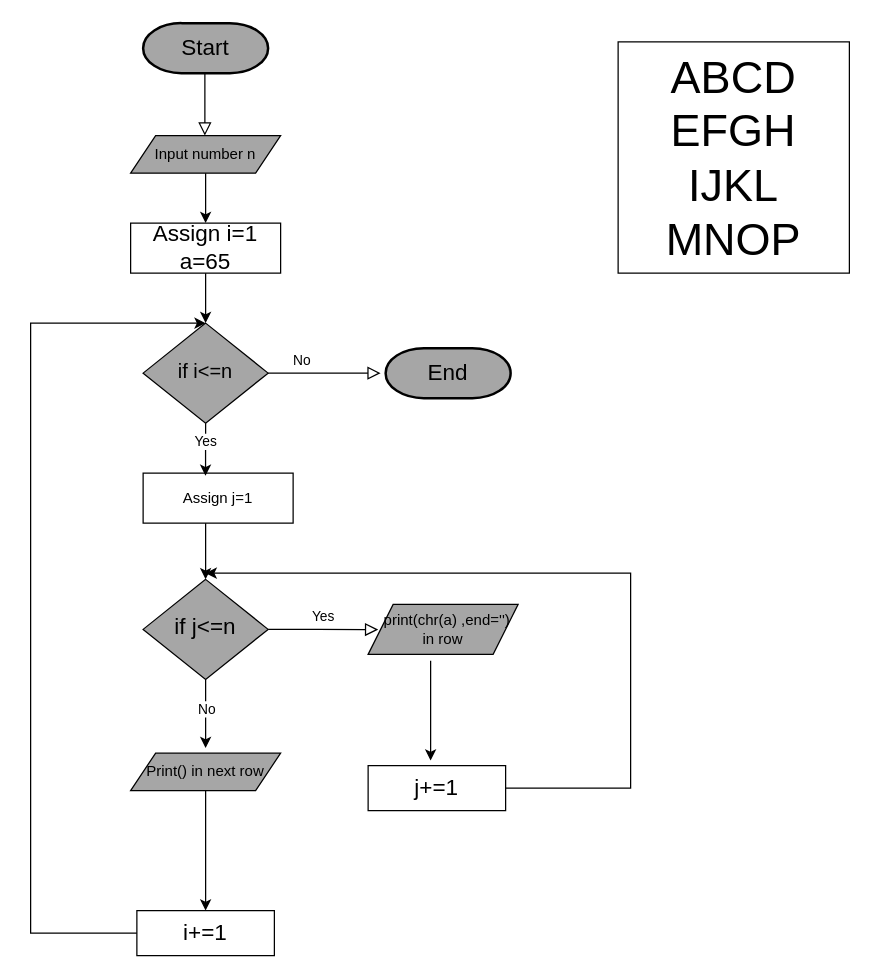
The draw.io diagram Untitled Diagram.drawio in Aditya-swaroop-11/aditya, before the edit. Source tidied: cells renumbered, new cells numbered last; positions are measured from the earlier drawing's top-left corner, leaving out a move shared by most shapes. Both pictures are drawn from the tidied source at 125%, with x=0, y=0 at pixel (30, 22).
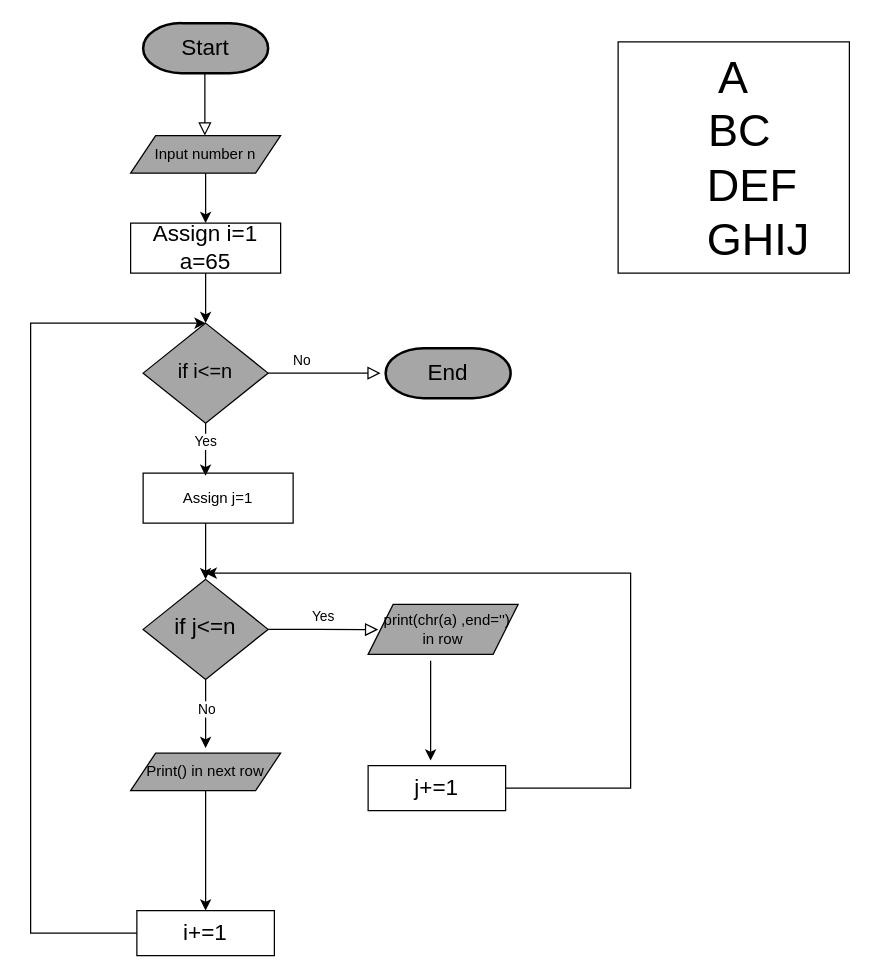
The same diagram, later.

Change to the diagram source:
```diff
@@
-    <mxCell id="27" value="&lt;span style=&quot;font-size: 36px;&quot;&gt;ABCD&lt;/span&gt;&lt;div&gt;&lt;span style=&quot;font-size: 36px;&quot;&gt;EFGH&lt;/span&gt;&lt;/div&gt;&lt;div&gt;&lt;span style=&quot;font-size: 36px;&quot;&gt;IJKL&lt;/span&gt;&lt;/div&gt;&lt;div&gt;&lt;span style=&quot;font-size: 36px;&quot;&gt;MNOP&lt;/span&gt;&lt;/div&gt;" style="whiteSpace=wrap;html=1;" parent="1" vertex="1">
+    <mxCell id="27" value="&lt;span style=&quot;font-size: 36px;&quot;&gt;A&lt;/span&gt;&lt;div&gt;&lt;span style=&quot;font-size: 36px;&quot;&gt;&amp;nbsp;BC&lt;/span&gt;&lt;/div&gt;&lt;div&gt;&lt;span style=&quot;font-size: 36px;&quot;&gt;&amp;nbsp; &amp;nbsp;DEF&lt;/span&gt;&lt;/div&gt;&lt;div&gt;&lt;span style=&quot;font-size: 36px;&quot;&gt;&amp;nbsp; &amp;nbsp; GHIJ&lt;/span&gt;&lt;/div&gt;" style="whiteSpace=wrap;html=1;" parent="1" vertex="1">
       <mxGeometry x="470" y="15" width="185" height="185" as="geometry" />
     </mxCell>
```
